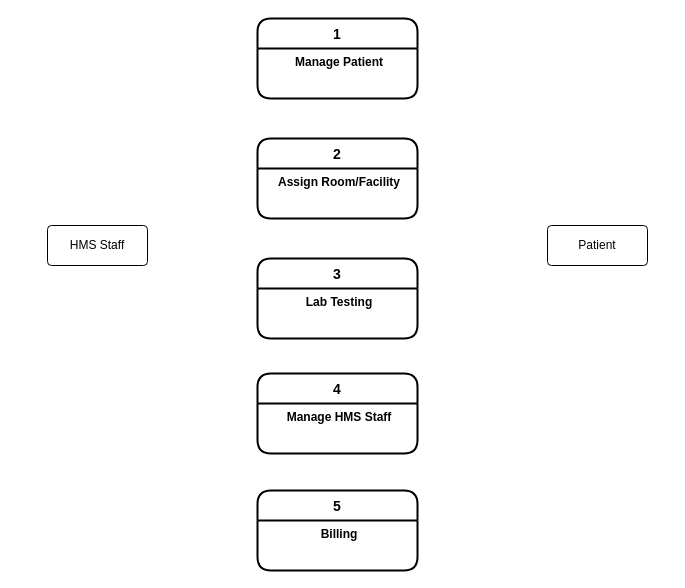
The draw.io diagram page "Flow diagram" (4 of 7) of HMS.drawio in ysebega/ysebega, before the edit. Source tidied: cells renumbered, new cells numbered last; positions are measured from the earlier drawing's top-left corner, leaving out a move shared by most shapes. Both pictures are drawn from the tidied source at 100%, with x=0, y=0 at pixel (47, 18).
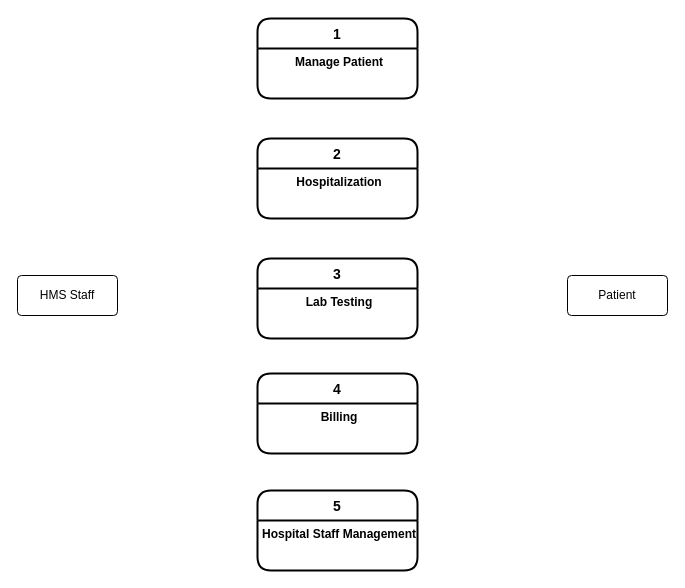
The same diagram, later.

What changed in the source:
```diff
@@
 <mxGraphModel>
   <root>
     <mxCell id="0" />
     <mxCell id="1" parent="0" />
     <mxCell id="2" value="1" style="swimlane;horizontal=1;startSize=30;rounded=1;fontSize=14;fontStyle=1;strokeWidth=2;shadow=0;dashed=0;align=center;" parent="1" vertex="1">
       <mxGeometry x="210" width="160" height="80" as="geometry" />
     </mxCell>
     <mxCell id="3" value="Manage Patient" style="align=center;strokeColor=none;fillColor=none;spacingLeft=4;fontSize=12;verticalAlign=top;fontStyle=1;" parent="2" vertex="1">
       <mxGeometry y="30" width="160" height="50" as="geometry" />
     </mxCell>
     <mxCell id="4" value="2" style="swimlane;horizontal=1;startSize=30;rounded=1;fontSize=14;fontStyle=1;strokeWidth=2;shadow=0;dashed=0;align=center;" parent="1" vertex="1">
       <mxGeometry x="210" y="120" width="160" height="80" as="geometry" />
     </mxCell>
-    <mxCell id="5" value="Assign Room/Facility" style="align=center;strokeColor=none;fillColor=none;spacingLeft=4;fontSize=12;verticalAlign=top;fontStyle=1;" parent="4" vertex="1">
+    <mxCell id="5" value="Hospitalization" style="align=center;strokeColor=none;fillColor=none;spacingLeft=4;fontSize=12;verticalAlign=top;fontStyle=1;" parent="4" vertex="1">
       <mxGeometry y="30" width="160" height="50" as="geometry" />
     </mxCell>
     <mxCell id="6" value="3" style="swimlane;horizontal=1;startSize=30;rounded=1;fontSize=14;fontStyle=1;strokeWidth=2;shadow=0;dashed=0;align=center;" parent="1" vertex="1">
       <mxGeometry x="210" y="240" width="160" height="80" as="geometry" />
     </mxCell>
     <mxCell id="7" value="Lab Testing" style="align=center;strokeColor=none;fillColor=none;spacingLeft=4;fontSize=12;verticalAlign=top;fontStyle=1;" parent="6" vertex="1">
       <mxGeometry y="30" width="160" height="50" as="geometry" />
     </mxCell>
     <mxCell id="8" value="5" style="swimlane;horizontal=1;startSize=30;rounded=1;fontSize=14;fontStyle=1;strokeWidth=2;shadow=0;dashed=0;align=center;" parent="1" vertex="1">
       <mxGeometry x="210" y="472" width="160" height="80" as="geometry" />
     </mxCell>
-    <mxCell id="9" value="Billing" style="align=center;strokeColor=none;fillColor=none;spacingLeft=4;fontSize=12;verticalAlign=top;fontStyle=1;" parent="8" vertex="1">
+    <mxCell id="9" value="Hospital Staff Management" style="align=center;strokeColor=none;fillColor=none;spacingLeft=4;fontSize=12;verticalAlign=top;fontStyle=1;" parent="8" vertex="1">
       <mxGeometry y="30" width="160" height="50" as="geometry" />
     </mxCell>
     <mxCell id="10" value="Patient" style="rounded=1;arcSize=10;whiteSpace=wrap;html=1;align=center;" parent="1" vertex="1">
-      <mxGeometry x="500" y="207" width="100" height="40" as="geometry" />
+      <mxGeometry x="520" y="257" width="100" height="40" as="geometry" />
     </mxCell>
     <mxCell id="11" value="HMS Staff" style="rounded=1;arcSize=10;whiteSpace=wrap;html=1;align=center;" parent="1" vertex="1">
-      <mxGeometry y="207" width="100" height="40" as="geometry" />
+      <mxGeometry x="-30" y="257" width="100" height="40" as="geometry" />
     </mxCell>
     <mxCell id="12" value="4" style="swimlane;horizontal=1;startSize=30;rounded=1;fontSize=14;fontStyle=1;strokeWidth=2;shadow=0;dashed=0;align=center;" parent="1" vertex="1">
       <mxGeometry x="210" y="355" width="160" height="80" as="geometry" />
     </mxCell>
-    <mxCell id="13" value="Manage HMS Staff" style="align=center;strokeColor=none;fillColor=none;spacingLeft=4;fontSize=12;verticalAlign=top;fontStyle=1;" parent="12" vertex="1">
+    <mxCell id="13" value="Billing" style="align=center;strokeColor=none;fillColor=none;spacingLeft=4;fontSize=12;verticalAlign=top;fontStyle=1;" parent="12" vertex="1">
       <mxGeometry y="30" width="160" height="50" as="geometry" />
     </mxCell>
   </root>
 </mxGraphModel>
```
